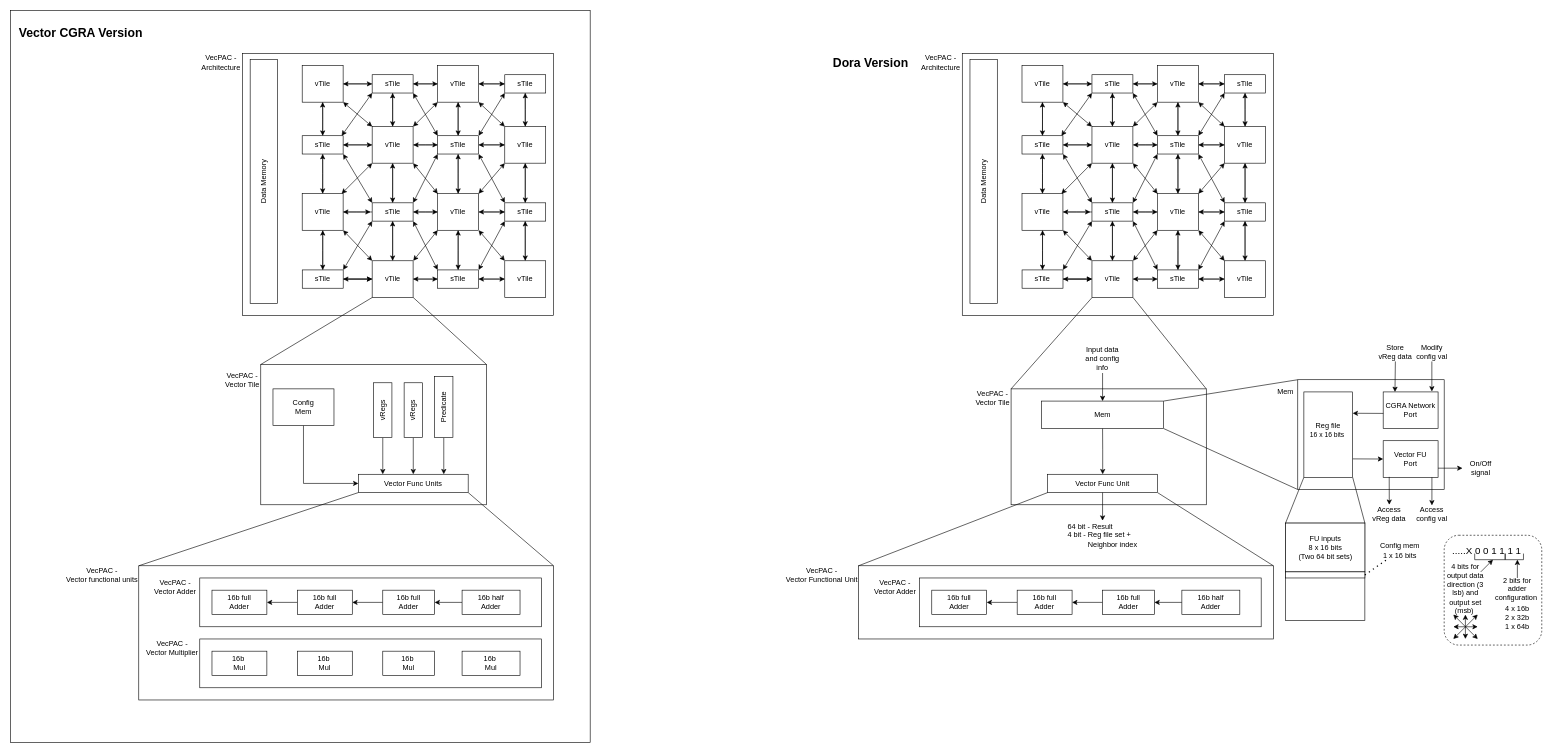
The draw.io diagram draw/vecpac_arch.drawio in jovankoledin/cgra_tile_hdl, before the edit. Source tidied: cells renumbered, new cells numbered last; positions are measured from the earlier drawing's top-left corner, leaving out a move shared by most shapes. Both pictures are drawn from the tidied source at 61%, with x=0, y=0 at pixel (10, 10).
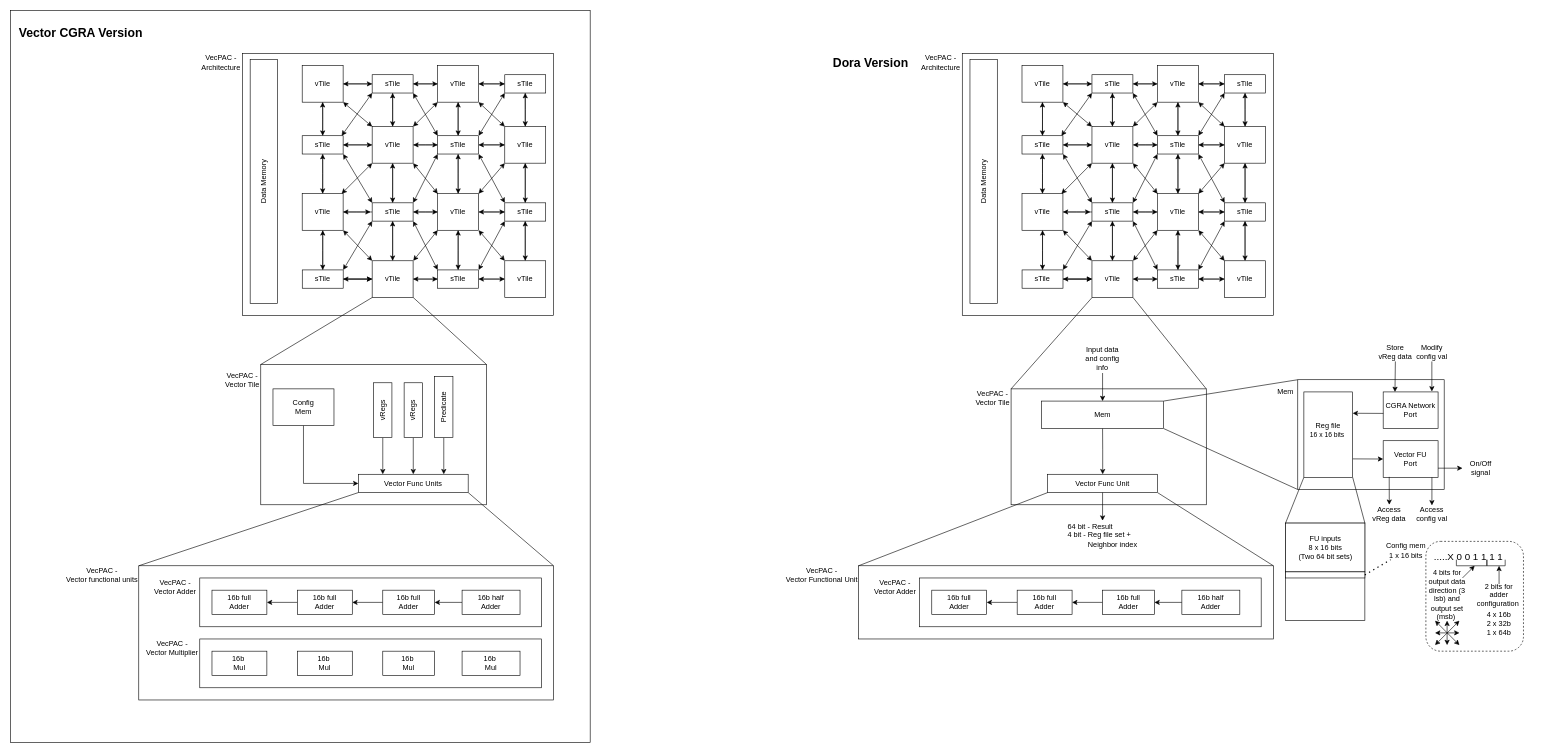
Above is the later version.

The edit, as a diff of the source:
```diff
@@
-    <mxCell id="2" style="rounded=1;whiteSpace=wrap;html=1;fillColor=none;dashed=1;" parent="1" vertex="1">
-      <mxGeometry x="2350" y="860" width="160" height="180" as="geometry" />
-    </mxCell>
@@
     <mxCell id="246" value="Config mem&lt;div&gt;1 x 16 bits&lt;/div&gt;" style="text;html=1;align=center;verticalAlign=middle;whiteSpace=wrap;rounded=0;" parent="1" vertex="1">
-      <mxGeometry x="2240" y="870" width="75" height="30" as="geometry" />
+      <mxGeometry x="2250" y="870" width="75" height="30" as="geometry" />
     </mxCell>
@@
+    <mxCell id="284" style="group;" parent="1" vertex="1">
+      <mxGeometry x="2320" y="870" width="160" height="180" as="geometry" />
+    </mxCell>
+    <mxCell id="2" style="rounded=1;whiteSpace=wrap;html=1;fillColor=none;dashed=1;" parent="284" vertex="1">
+      <mxGeometry width="160" height="180" as="geometry" />
+    </mxCell>
-    <mxCell id="261" value="&lt;font style=&quot;font-size: 16px;&quot;&gt;.....X 0 0 1 1 1 1&lt;/font&gt;" style="text;html=1;align=center;verticalAlign=middle;whiteSpace=wrap;rounded=0;" parent="1" vertex="1">
-      <mxGeometry x="2360" y="870" width="120" height="30" as="geometry" />
+    <mxCell id="261" value="&lt;font style=&quot;font-size: 16px;&quot;&gt;.....X 0 0 1 1 1 1&lt;/font&gt;" style="text;html=1;align=center;verticalAlign=middle;whiteSpace=wrap;rounded=0;" parent="284" vertex="1">
+      <mxGeometry x="10" y="10" width="120" height="30" as="geometry" />
     </mxCell>
-    <mxCell id="262" value="2 bits for adder configuration&lt;span style=&quot;background-color: transparent;&quot;&gt;&amp;nbsp;&lt;/span&gt;&lt;div&gt;&lt;span style=&quot;background-color: transparent; color: light-dark(rgb(0, 0, 0), rgb(255, 255, 255));&quot;&gt;&lt;br&gt;&lt;/span&gt;&lt;/div&gt;" style="text;html=1;align=center;verticalAlign=middle;whiteSpace=wrap;rounded=0;" parent="1" vertex="1">
-      <mxGeometry x="2440" y="940" width="60" height="30" as="geometry" />
+    <mxCell id="262" value="2 bits for adder configuration&lt;span style=&quot;background-color: transparent;&quot;&gt;&amp;nbsp;&lt;/span&gt;&lt;div&gt;&lt;span style=&quot;background-color: transparent; color: light-dark(rgb(0, 0, 0), rgb(255, 255, 255));&quot;&gt;&lt;br&gt;&lt;/span&gt;&lt;/div&gt;" style="text;html=1;align=center;verticalAlign=middle;whiteSpace=wrap;rounded=0;" parent="284" vertex="1">
+      <mxGeometry x="90" y="80" width="60" height="30" as="geometry" />
     </mxCell>
-    <mxCell id="263" value="4 bits for output data direction (3 lsb) and output set (msb)&lt;span style=&quot;background-color: transparent;&quot;&gt;&amp;nbsp;&lt;/span&gt;&lt;div&gt;&lt;span style=&quot;background-color: transparent; color: light-dark(rgb(0, 0, 0), rgb(255, 255, 255));&quot;&gt;&lt;br&gt;&lt;/span&gt;&lt;/div&gt;" style="text;html=1;align=center;verticalAlign=middle;whiteSpace=wrap;rounded=0;" parent="1" vertex="1">
-      <mxGeometry x="2350" y="940" width="70" height="30" as="geometry" />
+    <mxCell id="263" value="4 bits for output data direction (3 lsb) and output set (msb)&lt;span style=&quot;background-color: transparent;&quot;&gt;&amp;nbsp;&lt;/span&gt;&lt;div&gt;&lt;span style=&quot;background-color: transparent; color: light-dark(rgb(0, 0, 0), rgb(255, 255, 255));&quot;&gt;&lt;br&gt;&lt;/span&gt;&lt;/div&gt;" style="text;html=1;align=center;verticalAlign=middle;whiteSpace=wrap;rounded=0;" parent="284" vertex="1">
+      <mxGeometry y="80" width="70" height="30" as="geometry" />
     </mxCell>
-    <mxCell id="264" style="group;" parent="1" vertex="1">
-      <mxGeometry x="2450" y="890" width="30" height="10" as="geometry" />
+    <mxCell id="264" style="group;" parent="284" vertex="1">
+      <mxGeometry x="100" y="30" width="30" height="10" as="geometry" />
     </mxCell>
@@
-    <mxCell id="268" style="group;" parent="1" vertex="1">
-      <mxGeometry x="2400" y="890" width="50" height="10" as="geometry" />
+    <mxCell id="268" style="group;" parent="284" vertex="1">
+      <mxGeometry x="50" y="30" width="50" height="10" as="geometry" />
     </mxCell>
@@
-    <mxCell id="272" style="endArrow=classic;html=1;rounded=0;" parent="1" edge="1">
+    <mxCell id="272" style="endArrow=classic;html=1;rounded=0;" parent="284" edge="1">
       <mxGeometry relative="1" as="geometry">
-        <mxPoint x="2410" y="920" as="sourcePoint" />
-        <mxPoint x="2430" y="900" as="targetPoint" />
+        <mxPoint x="60" y="60" as="sourcePoint" />
+        <mxPoint x="80" y="40" as="targetPoint" />
       </mxGeometry>
     </mxCell>
-    <mxCell id="273" style="endArrow=classic;html=1;rounded=0;" parent="1" edge="1">
+    <mxCell id="273" style="endArrow=classic;html=1;rounded=0;" parent="284" edge="1">
       <mxGeometry relative="1" as="geometry">
-        <mxPoint x="2470" y="930" as="sourcePoint" />
-        <mxPoint x="2470" y="900" as="targetPoint" />
+        <mxPoint x="120" y="70" as="sourcePoint" />
+        <mxPoint x="120" y="40" as="targetPoint" />
       </mxGeometry>
     </mxCell>
-    <mxCell id="274" style="group;" parent="1" vertex="1">
-      <mxGeometry x="2365" y="990" width="40" height="40" as="geometry" />
+    <mxCell id="274" style="group;" parent="284" vertex="1">
+      <mxGeometry x="15" y="130" width="40" height="40" as="geometry" />
     </mxCell>
@@
-    <mxCell id="283" value="4 x 16b&lt;div&gt;2 x 32b&lt;/div&gt;&lt;div&gt;1 x 64b&lt;/div&gt;" style="text;html=1;align=center;verticalAlign=middle;whiteSpace=wrap;rounded=0;" parent="1" vertex="1">
-      <mxGeometry x="2440" y="980" width="60" height="30" as="geometry" />
+    <mxCell id="283" value="4 x 16b&lt;div&gt;2 x 32b&lt;/div&gt;&lt;div&gt;1 x 64b&lt;/div&gt;" style="text;html=1;align=center;verticalAlign=middle;whiteSpace=wrap;rounded=0;" parent="284" vertex="1">
+      <mxGeometry x="90" y="120" width="60" height="30" as="geometry" />
     </mxCell>
```
